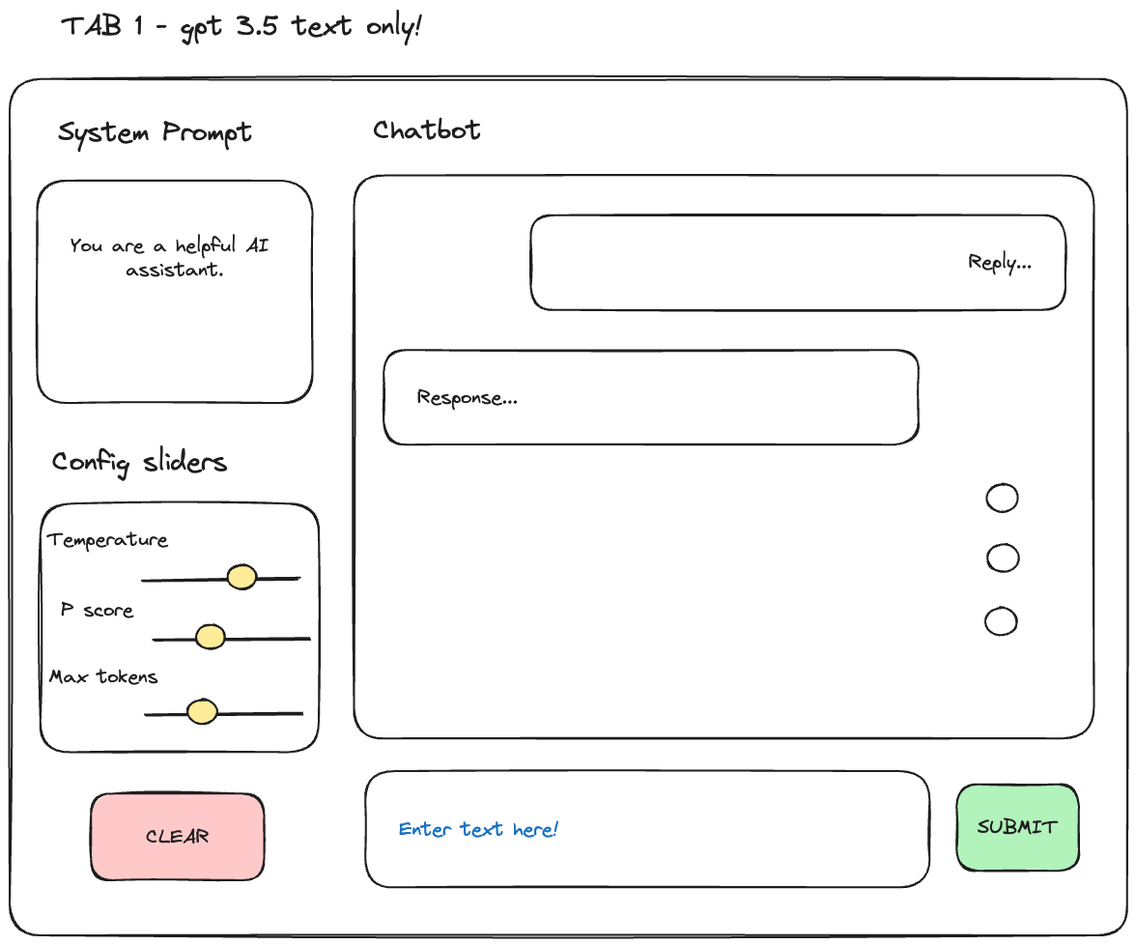
Before: assets/excalidraw/chatbot-design-1-text.excalidraw.png, a diagram exported from Excalidraw (decodering/chatbot-assistant). Source tidied: one line per element, renumbered; positions are measured from the earlier drawing's top-left corner, leaving out a move shared by most shapes.
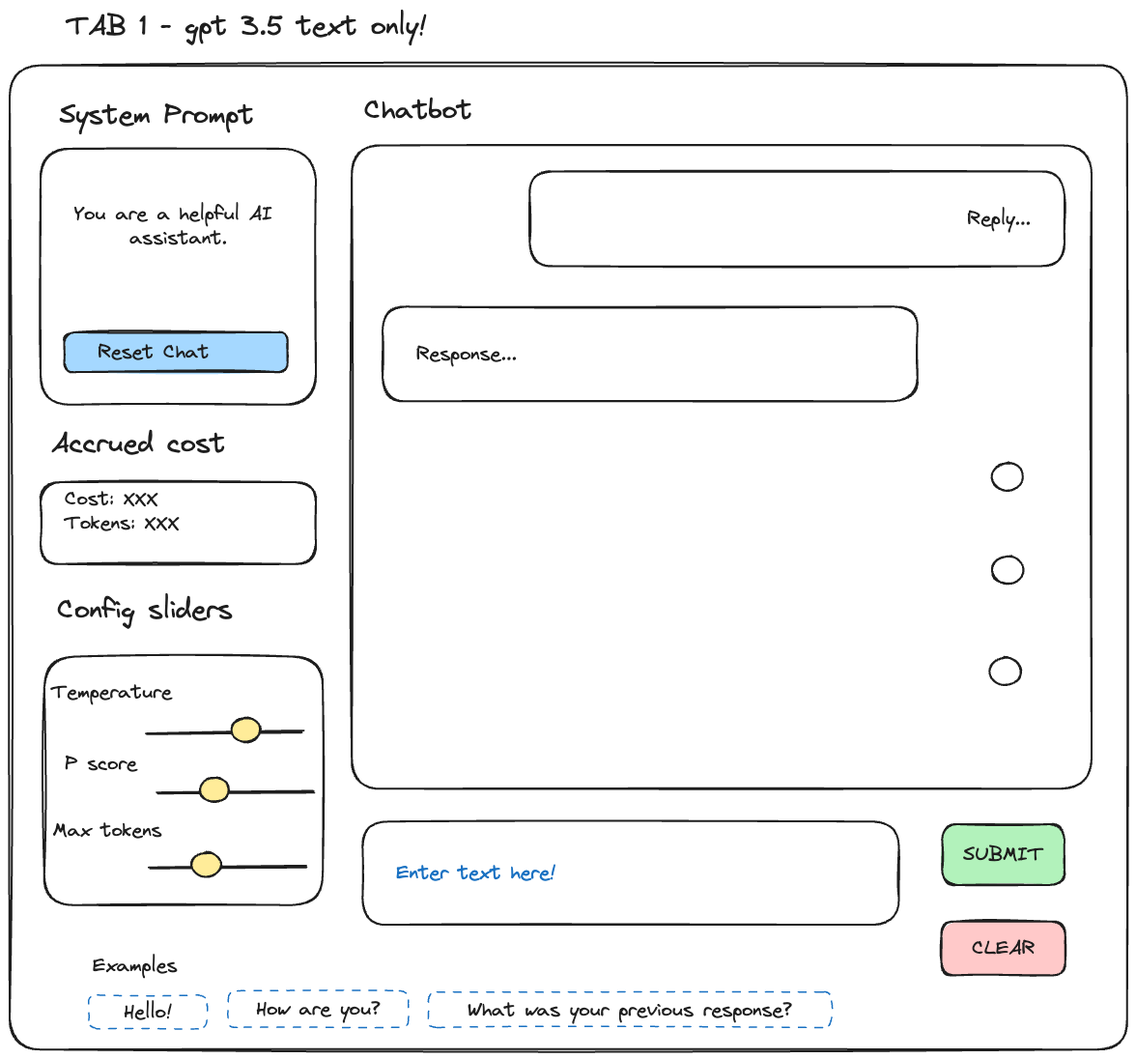
Later version of the same file.

Commit message:
Updated layout; added controls section in gradio demo + accrued costs (wip)

Diff of the diagram source:
```diff
@@ -1,31 +1,43 @@
-{"id": 0, "type": "rectangle", "strokeColor": "#1e1e1e", "strokeWidth": 2, "roughness": 1, "round": true, "x": 0, "y": 72, "width": 1157, "height": 886}
+{"id": 0, "type": "rectangle", "strokeColor": "#1e1e1e", "strokeWidth": 2, "roughness": 1, "round": true, "x": 3, "y": 5, "width": 1157, "height": 1019}
-{"id": 1, "type": "rectangle", "strokeColor": "#1e1e1e", "strokeWidth": 2, "roughness": 1, "round": true, "x": 357, "y": 172, "width": 766, "height": 583}
+{"id": 1, "type": "rectangle", "strokeColor": "#1e1e1e", "strokeWidth": 2, "roughness": 1, "round": true, "x": 357, "y": 88, "width": 766, "height": 666}
-{"id": 2, "type": "rectangle", "strokeColor": "#1e1e1e", "strokeWidth": 2, "roughness": 1, "round": true, "x": 368, "y": 788, "width": 584, "height": 120}
+{"id": 2, "type": "rectangle", "strokeColor": "#1e1e1e", "strokeWidth": 2, "roughness": 1, "round": true, "x": 368, "y": 788, "width": 555, "height": 107}
-{"id": 3, "type": "text", "text": "   Enter text here!", "strokeColor": "#1971c2", "strokeWidth": 2, "roughness": 1, "fontSize": 20, "fontFamily": 1, "verticalAlign": "middle", "inside": 2, "x": 373, "y": 836, "width": 195, "height": 25}
+{"id": 3, "type": "text", "text": "   Enter text here!", "strokeColor": "#1971c2", "strokeWidth": 2, "roughness": 1, "fontSize": 20, "fontFamily": 1, "verticalAlign": "middle", "inside": 2, "x": 373, "y": 829, "width": 195, "height": 25}
-{"id": 4, "type": "rectangle", "strokeColor": "#1e1e1e", "backgroundColor": "#b2f2bb", "fillStyle": "solid", "strokeWidth": 2, "roughness": 1, "round": true, "x": 980, "y": 802, "width": 127, "height": 90}
+{"id": 4, "type": "rectangle", "strokeColor": "#1e1e1e", "backgroundColor": "#b2f2bb", "fillStyle": "solid", "strokeWidth": 2, "roughness": 1, "round": true, "x": 968, "y": 791, "width": 127, "height": 63}
-{"id": 5, "type": "text", "text": "SUBMIT", "strokeColor": "#1e1e1e", "strokeWidth": 2, "roughness": 1, "fontSize": 20, "fontFamily": 1, "textAlign": "center", "verticalAlign": "middle", "inside": 4, "x": 1002, "y": 834, "width": 83, "height": 25}
+{"id": 5, "type": "text", "text": "SUBMIT", "strokeColor": "#1e1e1e", "strokeWidth": 2, "roughness": 1, "fontSize": 20, "fontFamily": 1, "textAlign": "center", "verticalAlign": "middle", "inside": 4, "x": 990, "y": 810, "width": 83, "height": 25}
-{"id": 6, "type": "rectangle", "strokeColor": "#1e1e1e", "strokeWidth": 2, "roughness": 1, "round": true, "x": 539, "y": 213, "width": 554, "height": 98}
+{"id": 6, "type": "rectangle", "strokeColor": "#1e1e1e", "strokeWidth": 2, "roughness": 1, "round": true, "x": 541, "y": 115, "width": 554, "height": 98}
-{"id": 7, "type": "text", "text": "Reply...   ", "strokeColor": "#1e1e1e", "strokeWidth": 2, "roughness": 1, "fontSize": 20, "fontFamily": 1, "textAlign": "right", "verticalAlign": "middle", "inside": 6, "x": 993, "y": 249, "width": 95, "height": 25}
+{"id": 7, "type": "text", "text": "Reply...   ", "strokeColor": "#1e1e1e", "strokeWidth": 2, "roughness": 1, "fontSize": 20, "fontFamily": 1, "textAlign": "right", "verticalAlign": "middle", "inside": 6, "x": 994, "y": 152, "width": 95, "height": 25}
-{"id": 8, "type": "rectangle", "strokeColor": "#1e1e1e", "strokeWidth": 2, "roughness": 1, "round": true, "x": 387, "y": 352, "width": 554, "height": 98}
+{"id": 8, "type": "rectangle", "strokeColor": "#1e1e1e", "strokeWidth": 2, "roughness": 1, "round": true, "x": 389, "y": 255, "width": 554, "height": 98}
-{"id": 9, "type": "text", "text": "   Response...", "strokeColor": "#1e1e1e", "strokeWidth": 2, "roughness": 1, "fontSize": 20, "fontFamily": 1, "verticalAlign": "middle", "inside": 8, "x": 392, "y": 389, "width": 134, "height": 25}
+{"id": 9, "type": "text", "text": "   Response...", "strokeColor": "#1e1e1e", "strokeWidth": 2, "roughness": 1, "fontSize": 20, "fontFamily": 1, "verticalAlign": "middle", "inside": 8, "x": 394, "y": 292, "width": 134, "height": 25}
-{"id": 10, "type": "ellipse", "strokeColor": "#1e1e1e", "strokeWidth": 2, "roughness": 1, "round": true, "x": 1012, "y": 491, "width": 33, "height": 29}
+{"id": 10, "type": "ellipse", "strokeColor": "#1e1e1e", "strokeWidth": 2, "roughness": 1, "round": true, "x": 1020, "y": 417, "width": 33, "height": 29}
-{"id": 11, "type": "ellipse", "strokeColor": "#1e1e1e", "strokeWidth": 2, "roughness": 1, "round": true, "x": 1012, "y": 553, "width": 33, "height": 29}
+{"id": 11, "type": "ellipse", "strokeColor": "#1e1e1e", "strokeWidth": 2, "roughness": 1, "round": true, "x": 1020, "y": 513, "width": 33, "height": 29}
-{"id": 12, "type": "ellipse", "strokeColor": "#1e1e1e", "strokeWidth": 2, "roughness": 1, "round": true, "x": 1010, "y": 619, "width": 33, "height": 29}
+{"id": 12, "type": "ellipse", "strokeColor": "#1e1e1e", "strokeWidth": 2, "roughness": 1, "round": true, "x": 1017, "y": 618, "width": 33, "height": 29}
-{"id": 13, "type": "text", "text": "TAB 1 - gpt 3.5 text only!", "strokeColor": "#1e1e1e", "strokeWidth": 2, "roughness": 1, "fontSize": 28, "fontFamily": 1, "x": 55, "y": 0, "width": 372, "height": 35}
+{"id": 13, "type": "text", "text": "TAB 1 - gpt 3.5 text only!", "strokeColor": "#1e1e1e", "strokeWidth": 2, "roughness": 1, "fontSize": 28, "fontFamily": 1, "x": 62, "y": -52, "width": 372, "height": 35}
-{"id": 14, "type": "rectangle", "strokeColor": "#1e1e1e", "strokeWidth": 2, "roughness": 1, "round": true, "x": 28, "y": 177, "width": 285, "height": 230}
+{"id": 14, "type": "rectangle", "strokeColor": "#1e1e1e", "strokeWidth": 2, "roughness": 1, "round": true, "x": 35, "y": 92, "width": 285, "height": 265}
-{"id": 15, "type": "text", "text": "\n\nYou are a helpful AI \nassistant.", "strokeColor": "#1e1e1e", "strokeWidth": 2, "roughness": 1, "fontSize": 20, "fontFamily": 1, "textAlign": "center", "inside": 14, "x": 63, "y": 182, "width": 215, "height": 100}
+{"id": 15, "type": "text", "text": "\n\nYou are a helpful AI \nassistant.", "strokeColor": "#1e1e1e", "strokeWidth": 2, "roughness": 1, "fontSize": 20, "fontFamily": 1, "textAlign": "center", "inside": 14, "x": 70, "y": 97, "width": 215, "height": 100}
-{"id": 16, "type": "text", "text": "System Prompt", "strokeColor": "#1e1e1e", "strokeWidth": 2, "roughness": 1, "fontSize": 28, "fontFamily": 1, "textAlign": "center", "x": 50, "y": 110, "width": 202, "height": 35}
+{"id": 16, "type": "text", "text": "System Prompt", "strokeColor": "#1e1e1e", "strokeWidth": 2, "roughness": 1, "fontSize": 28, "fontFamily": 1, "textAlign": "center", "x": 54, "y": 39, "width": 202, "height": 35}
-{"id": 17, "type": "text", "text": "Chatbot", "strokeColor": "#1e1e1e", "strokeWidth": 2, "roughness": 1, "fontSize": 28, "fontFamily": 1, "textAlign": "center", "x": 377, "y": 108, "width": 112, "height": 35}
+{"id": 17, "type": "text", "text": "Chatbot", "strokeColor": "#1e1e1e", "strokeWidth": 2, "roughness": 1, "fontSize": 28, "fontFamily": 1, "textAlign": "center", "x": 370, "y": 35, "width": 112, "height": 35}
-{"id": 18, "type": "text", "text": "Config sliders", "strokeColor": "#1e1e1e", "strokeWidth": 2, "roughness": 1, "fontSize": 28, "fontFamily": 1, "textAlign": "center", "x": 44, "y": 451, "width": 182, "height": 35}
+{"id": 18, "type": "text", "text": "Config sliders", "strokeColor": "#1e1e1e", "strokeWidth": 2, "roughness": 1, "fontSize": 28, "fontFamily": 1, "textAlign": "center", "x": 52, "y": 551, "width": 182, "height": 35}
-{"id": 19, "type": "line", "strokeColor": "#1e1e1e", "strokeWidth": 2, "roughness": 1, "round": true, "x": 138, "y": 591, "width": 161, "height": 1, "points": [[0, 0], [161, -1]]}
+{"id": 19, "type": "line", "strokeColor": "#1e1e1e", "strokeWidth": 2, "roughness": 1, "round": true, "x": 145, "y": 697, "width": 161, "height": 1, "points": [[0, 0], [161, -1]]}
-{"id": 20, "type": "ellipse", "strokeColor": "#1e1e1e", "backgroundColor": "#ffec99", "fillStyle": "solid", "strokeWidth": 2, "roughness": 1, "round": true, "x": 225, "y": 575, "width": 30, "height": 25}
+{"id": 20, "type": "ellipse", "strokeColor": "#1e1e1e", "backgroundColor": "#ffec99", "fillStyle": "solid", "strokeWidth": 2, "roughness": 1, "round": true, "x": 232, "y": 681, "width": 30, "height": 25}
-{"id": 21, "type": "text", "text": "Temperature", "strokeColor": "#1e1e1e", "backgroundColor": "#ffec99", "fillStyle": "solid", "strokeWidth": 2, "roughness": 1, "fontSize": 20, "fontFamily": 1, "textAlign": "center", "x": 39, "y": 536, "width": 125, "height": 25}
+{"id": 21, "type": "text", "text": "Temperature", "strokeColor": "#1e1e1e", "backgroundColor": "#ffec99", "fillStyle": "solid", "strokeWidth": 2, "roughness": 1, "fontSize": 20, "fontFamily": 1, "textAlign": "center", "x": 46, "y": 642, "width": 125, "height": 25}
-{"id": 22, "type": "text", "text": "P score", "strokeColor": "#1e1e1e", "backgroundColor": "#ffec99", "fillStyle": "solid", "strokeWidth": 2, "roughness": 1, "fontSize": 20, "fontFamily": 1, "textAlign": "center", "x": 53, "y": 609, "width": 75, "height": 25}
+{"id": 22, "type": "text", "text": "P score", "strokeColor": "#1e1e1e", "backgroundColor": "#ffec99", "fillStyle": "solid", "strokeWidth": 2, "roughness": 1, "fontSize": 20, "fontFamily": 1, "textAlign": "center", "x": 60, "y": 715, "width": 75, "height": 25}
-{"id": 23, "type": "line", "strokeColor": "#1e1e1e", "strokeWidth": 2, "roughness": 1, "round": true, "x": 149, "y": 653, "width": 161, "height": 1, "points": [[0, 0], [161, -1]]}
+{"id": 23, "type": "line", "strokeColor": "#1e1e1e", "strokeWidth": 2, "roughness": 1, "round": true, "x": 156, "y": 759, "width": 161, "height": 1, "points": [[0, 0], [161, -1]]}
-{"id": 24, "type": "ellipse", "strokeColor": "#1e1e1e", "backgroundColor": "#ffec99", "fillStyle": "solid", "strokeWidth": 2, "roughness": 1, "round": true, "x": 193, "y": 636, "width": 30, "height": 25}
+{"id": 24, "type": "ellipse", "strokeColor": "#1e1e1e", "backgroundColor": "#ffec99", "fillStyle": "solid", "strokeWidth": 2, "roughness": 1, "round": true, "x": 200, "y": 743, "width": 30, "height": 25}
-{"id": 25, "type": "rectangle", "strokeColor": "#1e1e1e", "strokeWidth": 2, "roughness": 1, "round": true, "x": 32, "y": 511, "width": 288, "height": 257}
+{"id": 25, "type": "rectangle", "strokeColor": "#1e1e1e", "strokeWidth": 2, "roughness": 1, "round": true, "x": 39, "y": 617, "width": 288, "height": 257}
-{"id": 26, "type": "text", "text": "Max tokens", "strokeColor": "#1e1e1e", "backgroundColor": "#ffec99", "fillStyle": "solid", "strokeWidth": 2, "roughness": 1, "fontSize": 20, "fontFamily": 1, "textAlign": "center", "x": 40, "y": 678, "width": 113, "height": 25}
+{"id": 26, "type": "text", "text": "Max tokens", "strokeColor": "#1e1e1e", "backgroundColor": "#ffec99", "fillStyle": "solid", "strokeWidth": 2, "roughness": 1, "fontSize": 20, "fontFamily": 1, "textAlign": "center", "x": 47, "y": 784, "width": 113, "height": 25}
-{"id": 27, "type": "line", "strokeColor": "#1e1e1e", "strokeWidth": 2, "roughness": 1, "round": true, "x": 141, "y": 730, "width": 161, "height": 1, "points": [[0, 0], [161, -1]]}
+{"id": 27, "type": "line", "strokeColor": "#1e1e1e", "strokeWidth": 2, "roughness": 1, "round": true, "x": 148, "y": 836, "width": 161, "height": 1, "points": [[0, 0], [161, -1]]}
-{"id": 28, "type": "ellipse", "strokeColor": "#1e1e1e", "backgroundColor": "#ffec99", "fillStyle": "solid", "strokeWidth": 2, "roughness": 1, "round": true, "x": 184, "y": 714, "width": 30, "height": 25}
+{"id": 28, "type": "ellipse", "strokeColor": "#1e1e1e", "backgroundColor": "#ffec99", "fillStyle": "solid", "strokeWidth": 2, "roughness": 1, "round": true, "x": 191, "y": 820, "width": 30, "height": 25}
-{"id": 29, "type": "rectangle", "strokeColor": "#1e1e1e", "backgroundColor": "#ffc9c9", "fillStyle": "solid", "strokeWidth": 2, "roughness": 1, "round": true, "x": 84, "y": 811, "width": 179, "height": 90}
+{"id": 29, "type": "rectangle", "strokeColor": "#1e1e1e", "backgroundColor": "#ffc9c9", "fillStyle": "solid", "strokeWidth": 2, "roughness": 1, "round": true, "x": 967, "y": 892, "width": 128, "height": 56}
-{"id": 30, "type": "text", "text": "CLEAR", "strokeColor": "#1e1e1e", "strokeWidth": 2, "roughness": 1, "fontSize": 20, "fontFamily": 1, "textAlign": "center", "verticalAlign": "middle", "inside": 29, "x": 141, "y": 844, "width": 65, "height": 25}
+{"id": 30, "type": "text", "text": "CLEAR", "strokeColor": "#1e1e1e", "strokeWidth": 2, "roughness": 1, "fontSize": 20, "fontFamily": 1, "textAlign": "center", "verticalAlign": "middle", "inside": 29, "x": 999, "y": 907, "width": 65, "height": 25}
+{"id": 31, "type": "text", "text": "Examples", "strokeColor": "#1e1e1e", "strokeWidth": 2, "roughness": 1, "fontSize": 20, "fontFamily": 1, "x": 89, "y": 925, "width": 88, "height": 25}
+{"id": 32, "type": "rectangle", "strokeColor": "#1971c2", "strokeWidth": 1, "strokeStyle": "dashed", "roughness": 1, "round": true, "x": 85, "y": 968, "width": 122, "height": 35}
+{"id": 33, "type": "text", "text": "Hello!", "strokeColor": "#1e1e1e", "strokeWidth": 1, "roughness": 1, "fontSize": 20, "fontFamily": 1, "textAlign": "center", "verticalAlign": "middle", "inside": 32, "x": 121, "y": 973, "width": 49, "height": 25}
+{"id": 34, "type": "rectangle", "strokeColor": "#1971c2", "strokeWidth": 1, "strokeStyle": "dashed", "roughness": 1, "round": true, "x": 229, "y": 963, "width": 187, "height": 38}
+{"id": 35, "type": "text", "text": "How are you?", "strokeColor": "#1e1e1e", "strokeWidth": 1, "roughness": 1, "fontSize": 20, "fontFamily": 1, "textAlign": "center", "verticalAlign": "middle", "inside": 34, "x": 258, "y": 970, "width": 128, "height": 25}
+{"id": 36, "type": "rectangle", "strokeColor": "#1971c2", "strokeWidth": 1, "strokeStyle": "dashed", "roughness": 1, "round": true, "x": 436, "y": 965, "width": 417, "height": 37}
+{"id": 37, "type": "text", "text": "What was your previous response?", "strokeColor": "#1e1e1e", "strokeWidth": 1, "roughness": 1, "fontSize": 20, "fontFamily": 1, "textAlign": "center", "verticalAlign": "middle", "inside": 36, "x": 477, "y": 970, "width": 336, "height": 25}
+{"id": 38, "type": "text", "text": "Accrued cost", "strokeColor": "#1e1e1e", "strokeWidth": 2, "roughness": 1, "fontSize": 28, "fontFamily": 1, "textAlign": "center", "x": 46, "y": 379, "width": 180, "height": 35}
+{"id": 39, "type": "rectangle", "strokeColor": "#1e1e1e", "strokeWidth": 2, "roughness": 1, "round": true, "x": 35, "y": 437, "width": 285, "height": 85}
+{"id": 40, "type": "text", "text": "  Cost: XXX\n  Tokens: XXX", "strokeColor": "#1e1e1e", "strokeWidth": 2, "roughness": 1, "fontSize": 20, "fontFamily": 1, "inside": 39, "x": 40, "y": 442, "width": 139, "height": 50}
+{"id": 41, "type": "rectangle", "strokeColor": "#1e1e1e", "backgroundColor": "#a5d8ff", "fillStyle": "solid", "strokeWidth": 2, "roughness": 1, "round": true, "x": 59, "y": 282, "width": 231, "height": 41}
+{"id": 42, "type": "text", "text": "   Reset Chat", "strokeColor": "#1e1e1e", "strokeWidth": 2, "roughness": 1, "fontSize": 20, "fontFamily": 1, "verticalAlign": "middle", "inside": 41, "x": 64, "y": 290, "width": 145, "height": 25}
```
